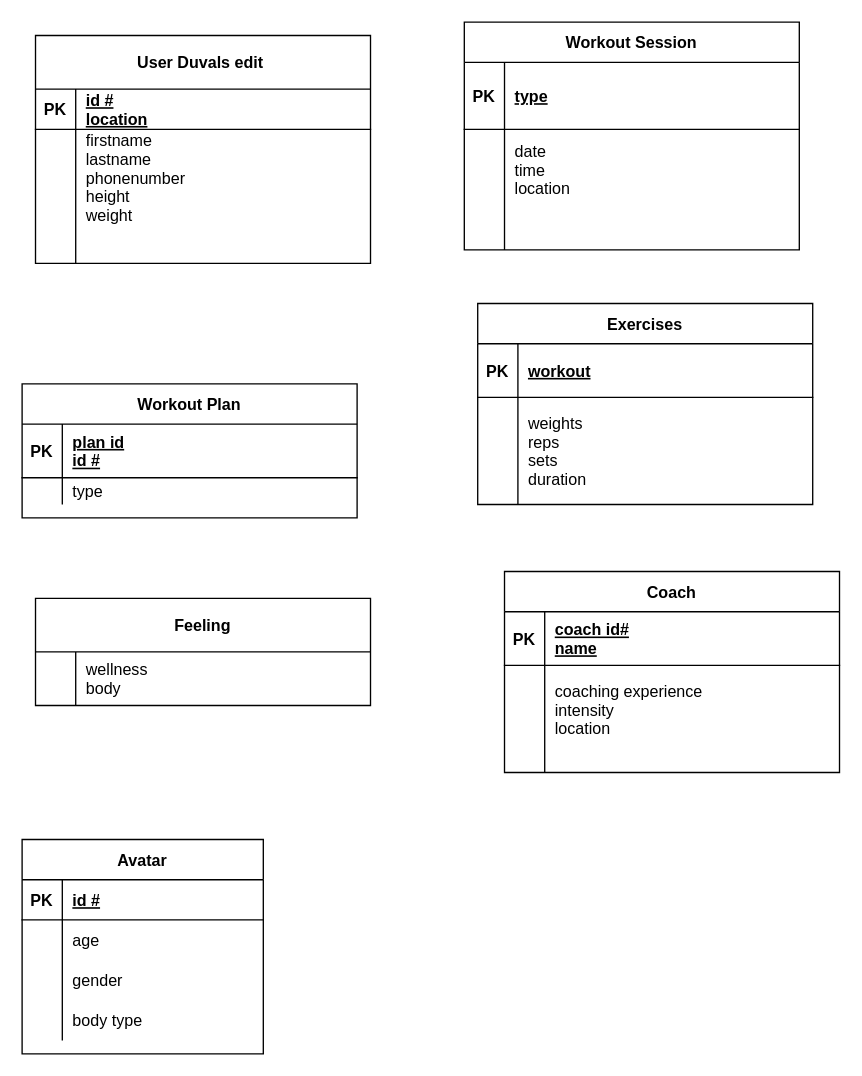
Before: Untitled Diagram.drawio in YmaniN/FitnessTracker, a draw.io diagram. Source tidied: cells renumbered, new cells numbered last; positions are measured from the earlier drawing's top-left corner, leaving out a move shared by most shapes. Both pictures are drawn from the tidied source at 134%, with x=0, y=0 at pixel (21, 21).
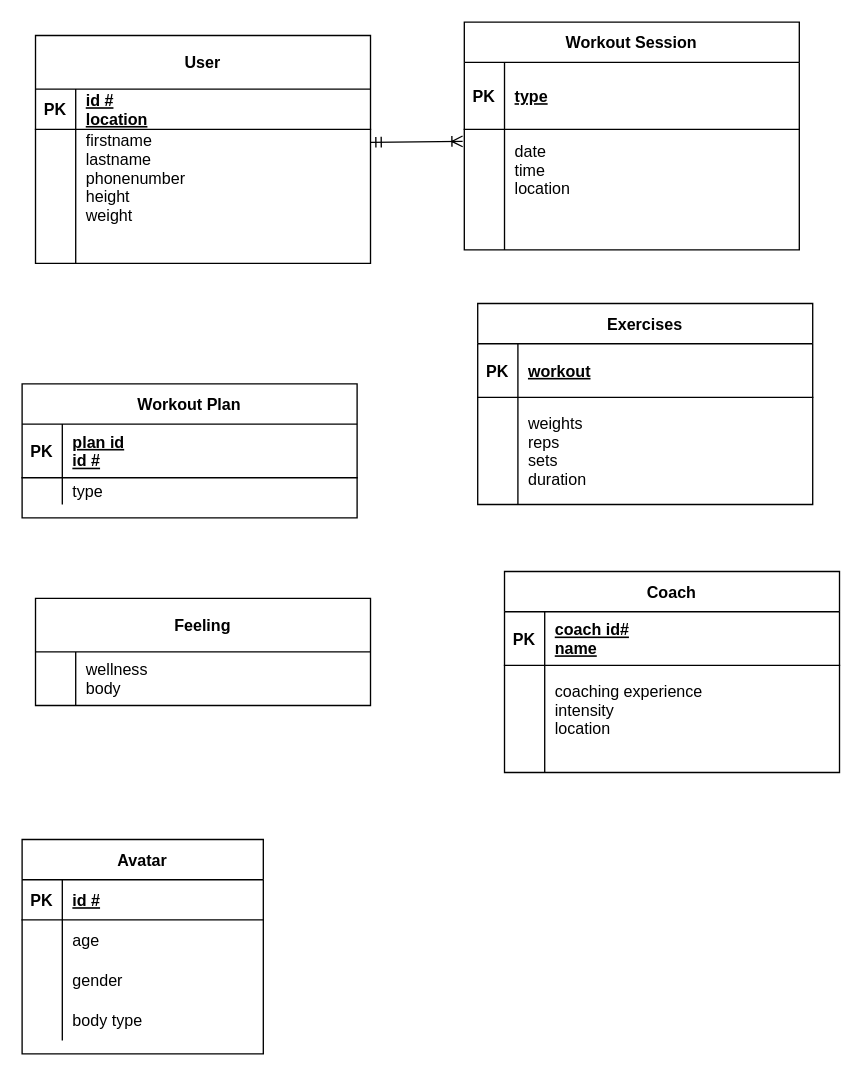
The same page after the edit.

Commit message:
user to workout session

user can have one or multiple workout session but a workout session can only be done by one user

Unchanged cells that the change refers to:
```xml
<mxCell id="6" style="shape=partialRectangle;fillColor=none;points=[[0,0.5],[1,0.5]];portConstraint=eastwest;top=0;left=0;right=0;bottom=0;" parent="2" vertex="1">
  <mxGeometry y="80" width="250" height="60" as="geometry" />
</mxCell>
<mxCell id="30" style="shape=partialRectangle;fillColor=none;points=[[0,0.5],[1,0.5]];portConstraint=eastwest;top=0;left=0;right=0;bottom=0;" parent="26" vertex="1">
  <mxGeometry y="70" width="250" height="100" as="geometry" />
</mxCell>
```

Diff of the diagram source:
```diff
@@
-    <mxCell id="26" value="User Duvals edit " style="shape=table;startSize=40;childLayout=tableLayout;rowLines=0;fontStyle=1;align=center;" parent="1" vertex="1">
+    <mxCell id="26" value="User" style="shape=table;startSize=40;childLayout=tableLayout;rowLines=0;fontStyle=1;align=center;" parent="1" vertex="1">
       <mxGeometry x="10" y="10" width="250" height="170" as="geometry" />
     </mxCell>
@@
+    <mxCell id="57" style="endArrow=ERoneToMany;html=1;entryX=-0.005;entryY=0.15;entryDx=0;entryDy=0;entryPerimeter=0;exitX=1;exitY=0.097;exitDx=0;exitDy=0;exitPerimeter=0;endFill=0;startArrow=ERmandOne;startFill=0;" parent="1" edge="1" source="30" target="6">
+      <mxGeometry relative="1" as="geometry" />
+    </mxCell>
```
